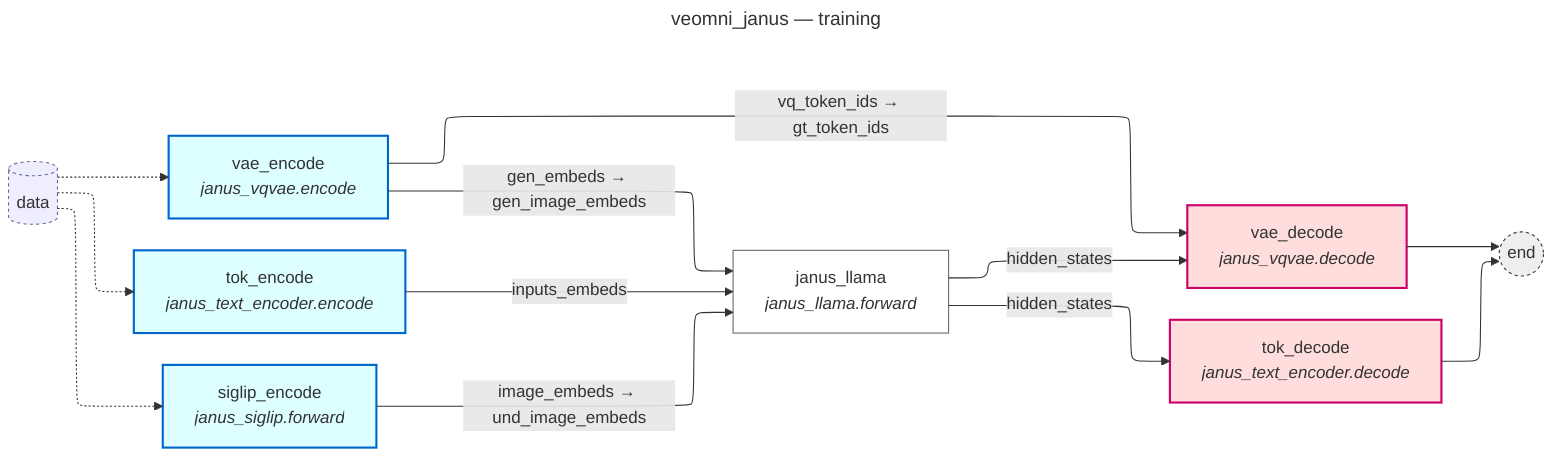
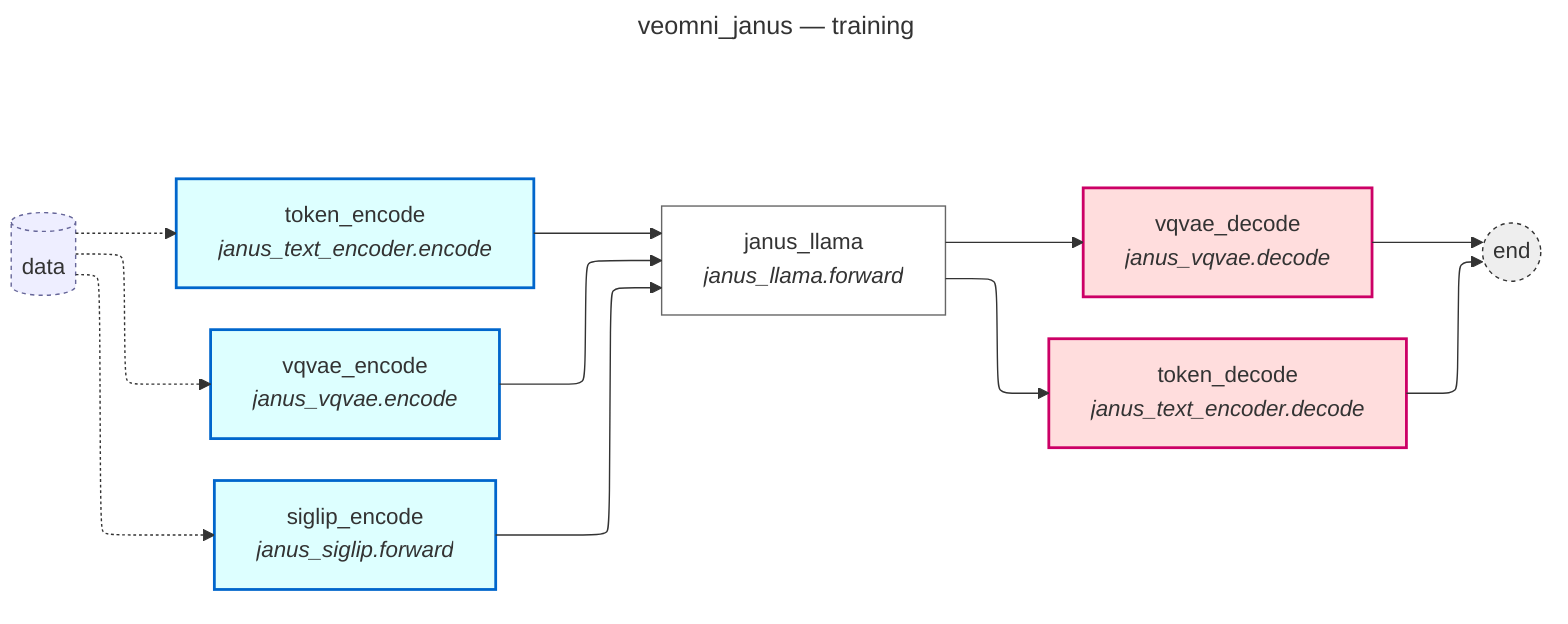
---
title: veomni_janus — training
---
%%{init: {'flowchart': {'defaultRenderer': 'elk'}}}%%
flowchart LR
    data[(data)]:::io
    subgraph col0 [ ]
        direction TB
        siglip_encode["siglip_encode<br/><i>janus_siglip.forward</i>"]:::source
-         vae_encode["vae_encode<br/><i>janus_vqvae.encode</i>"]:::source
-         tok_encode["tok_encode<br/><i>janus_text_encoder.encode</i>"]:::source
+         vqvae_encode["vqvae_encode<br/><i>janus_vqvae.encode</i>"]:::source
+         token_encode["token_encode<br/><i>janus_text_encoder.encode</i>"]:::source
    end
    subgraph col1 [ ]
        direction TB
        janus_llama["janus_llama<br/><i>janus_llama.forward</i>"]:::middle
    end
    subgraph col2 [ ]
        direction TB
-         tok_decode["tok_decode<br/><i>janus_text_encoder.decode</i>"]:::sink
-         vae_decode["vae_decode<br/><i>janus_vqvae.decode</i>"]:::sink
+         token_decode["token_decode<br/><i>janus_text_encoder.decode</i>"]:::sink
+         vqvae_decode["vqvae_decode<br/><i>janus_vqvae.decode</i>"]:::sink
    end
    end_sink(("end")):::end_sink
    data -.-> siglip_encode
-     data -.-> tok_encode
-     data -.-> vae_encode
-     siglip_encode -->|"image_embeds → und_image_embeds"| janus_llama
-     vae_encode -->|"gen_embeds → gen_image_embeds"| janus_llama
-     tok_encode -->|"inputs_embeds"| janus_llama
-     janus_llama -->|"hidden_states"| tok_decode
-     janus_llama -->|"hidden_states"| vae_decode
-     vae_encode -->|"vq_token_ids → gt_token_ids"| vae_decode
-     tok_decode --> end_sink
-     vae_decode --> end_sink
+     data -.-> token_encode
+     data -.-> vqvae_encode
+     siglip_encode --> janus_llama
+     vqvae_encode --> janus_llama
+     token_encode --> janus_llama
+     janus_llama --> token_decode
+     janus_llama --> vqvae_decode
+     token_decode --> end_sink
+     vqvae_decode --> end_sink
    style col0 fill:transparent,stroke:none
    style col1 fill:transparent,stroke:none
    style col2 fill:transparent,stroke:none
    classDef source fill:#dff,stroke:#06c,stroke-width:2px
    classDef sink fill:#fdd,stroke:#c06,stroke-width:2px
    classDef both fill:#efe,stroke:#693,stroke-width:2px
    classDef middle fill:#fff,stroke:#666
    classDef io fill:#eef,stroke:#669,stroke-dasharray:3 3
    classDef end_sink fill:#eee,stroke:#333,stroke-width:1px,stroke-dasharray:3 3
